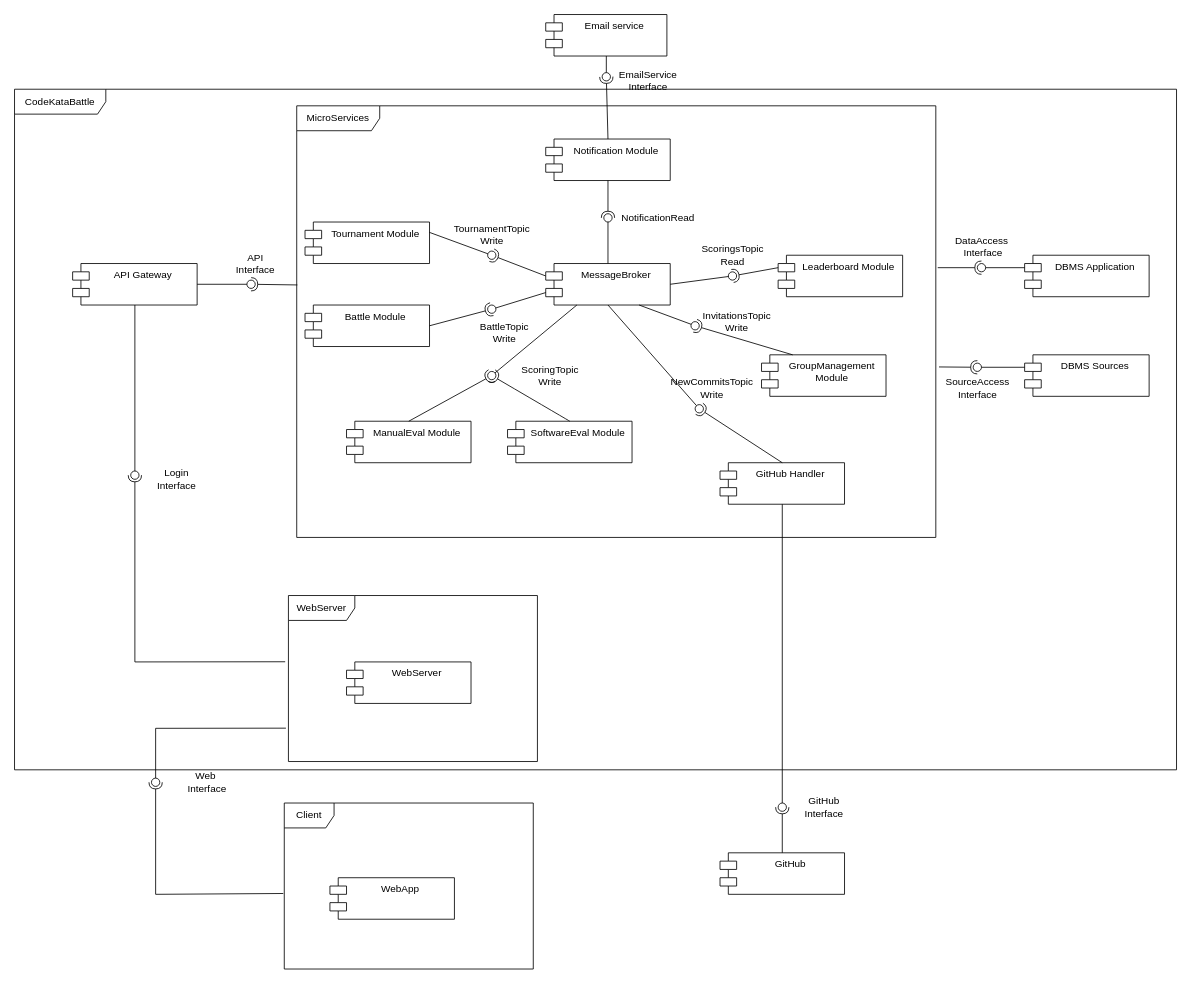
FedericoValentino/SE2-ValentinoZarbo keeps this draw.io diagram as DD_material/Component.drawio. Above is the earlier version. Source tidied: cells renumbered, new cells numbered last; positions are measured from the earlier drawing's top-left corner, leaving out a move shared by most shapes. Both pictures are drawn from the tidied source at 83%, with x=0, y=0 at pixel (14, 14).
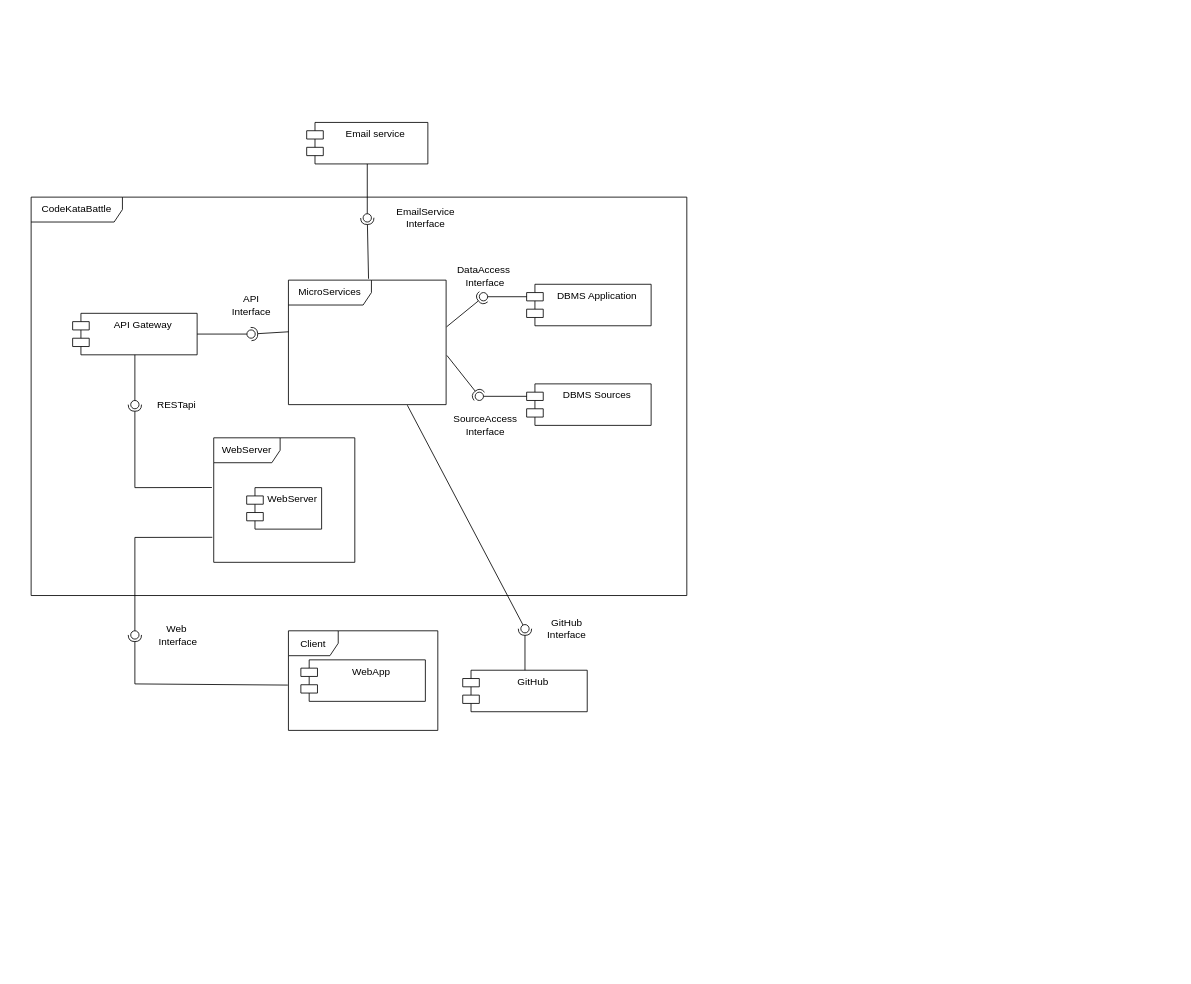
The same diagram, later.

Commit message:
Update on component diagram

What changed in the source:
```diff
@@
     <mxCell id="2" value="CodeKataBattle" style="shape=umlFrame;whiteSpace=wrap;html=1;width=110;height=30;" parent="1" vertex="1">
-      <mxGeometry y="90" width="1400" height="820" as="geometry" />
+      <mxGeometry x="20" y="220" width="790" height="480" as="geometry" />
     </mxCell>
-    <mxCell id="3" value="Battle Module" style="shape=module;align=left;spacingLeft=20;align=center;verticalAlign=top;whiteSpace=wrap;html=1;" parent="1" vertex="1">
-      <mxGeometry x="350" y="350" width="150" height="50" as="geometry" />
-    </mxCell>
-    <mxCell id="4" value="Notification Module" style="shape=module;align=left;spacingLeft=20;align=center;verticalAlign=top;whiteSpace=wrap;html=1;" parent="1" vertex="1">
-      <mxGeometry x="640" y="150" width="150" height="50" as="geometry" />
-    </mxCell>
-    <mxCell id="5" value="GitHub Handler" style="shape=module;align=left;spacingLeft=20;align=center;verticalAlign=top;whiteSpace=wrap;html=1;" parent="1" vertex="1">
-      <mxGeometry x="850" y="540" width="150" height="50" as="geometry" />
-    </mxCell>
-    <mxCell id="6" value="Tournament Module" style="shape=module;align=left;spacingLeft=20;align=center;verticalAlign=top;whiteSpace=wrap;html=1;" parent="1" vertex="1">
-      <mxGeometry x="350" y="250" width="150" height="50" as="geometry" />
-    </mxCell>
-    <mxCell id="7" value="MessageBroker" style="shape=module;align=left;spacingLeft=20;align=center;verticalAlign=top;whiteSpace=wrap;html=1;" parent="1" vertex="1">
-      <mxGeometry x="640" y="300" width="150" height="50" as="geometry" />
-    </mxCell>
-    <mxCell id="8" value="ManualEval Module" style="shape=module;align=left;spacingLeft=20;align=center;verticalAlign=top;whiteSpace=wrap;html=1;" parent="1" vertex="1">
-      <mxGeometry x="400" y="490" width="150" height="50" as="geometry" />
-    </mxCell>
-    <mxCell id="9" value="SoftwareEval Module" style="shape=module;align=left;spacingLeft=20;align=center;verticalAlign=top;whiteSpace=wrap;html=1;" parent="1" vertex="1">
-      <mxGeometry x="594" y="490" width="150" height="50" as="geometry" />
-    </mxCell>
-    <mxCell id="10" value="Leaderboard Module" style="shape=module;align=left;spacingLeft=20;align=center;verticalAlign=top;whiteSpace=wrap;html=1;" parent="1" vertex="1">
-      <mxGeometry x="920" y="290" width="150" height="50" as="geometry" />
-    </mxCell>
-    <mxCell id="11" value="GroupManagement Module" style="shape=module;align=left;spacingLeft=20;align=center;verticalAlign=top;whiteSpace=wrap;html=1;" parent="1" vertex="1">
-      <mxGeometry x="900" y="410" width="150" height="50" as="geometry" />
-    </mxCell>
-    <mxCell id="12" style="rounded=0;jettySize=auto;html=1;endArrow=halfCircle;endFill=0;endSize=6;strokeWidth=1;sketch=0;exitX=0.5;exitY=1;exitDx=0;exitDy=0;" parent="1" edge="1" source="4" target="14">
-      <mxGeometry relative="1" as="geometry" />
-    </mxCell>
-    <mxCell id="13" style="rounded=0;jettySize=auto;html=1;endArrow=oval;endFill=0;sketch=0;sourcePerimeterSpacing=0;targetPerimeterSpacing=0;endSize=10;exitX=0.5;exitY=0;exitDx=0;exitDy=0;" parent="1" edge="1" source="7" target="14">
-      <mxGeometry relative="1" as="geometry" />
-    </mxCell>
-    <mxCell id="14" style="ellipse;whiteSpace=wrap;html=1;align=center;fillColor=none;strokeColor=none;perimeter=centerPerimeter;points=[];outlineConnect=1;" parent="1" vertex="1">
-      <mxGeometry x="710" y="240" width="10" height="10" as="geometry" />
-    </mxCell>
-    <mxCell id="15" style="rounded=0;jettySize=auto;html=1;endArrow=halfCircle;endFill=0;endSize=6;strokeWidth=1;sketch=0;exitX=0;exitY=0;exitDx=0;exitDy=15;exitPerimeter=0;" parent="1" edge="1" source="10" target="17">
-      <mxGeometry relative="1" as="geometry" />
-    </mxCell>
-    <mxCell id="16" style="rounded=0;jettySize=auto;html=1;endArrow=oval;endFill=0;sketch=0;sourcePerimeterSpacing=0;targetPerimeterSpacing=0;endSize=10;exitX=1;exitY=0.5;exitDx=0;exitDy=0;" parent="1" edge="1" source="7" target="17">
-      <mxGeometry relative="1" as="geometry" />
-    </mxCell>
-    <mxCell id="17" style="ellipse;whiteSpace=wrap;html=1;align=center;fillColor=none;strokeColor=none;perimeter=centerPerimeter;points=[];outlineConnect=1;" parent="1" vertex="1">
-      <mxGeometry x="860" y="310" width="10" height="10" as="geometry" />
-    </mxCell>
-    <mxCell id="18" value="ScoringsTopic&lt;br&gt;Read" style="text;html=1;align=center;verticalAlign=middle;strokeColor=none;fillColor=none;" parent="1" vertex="1">
-      <mxGeometry x="815" y="270" width="100" height="40" as="geometry" />
-    </mxCell>
-    <mxCell id="19" value="NotificationRead" style="text;html=1;align=center;verticalAlign=middle;strokeColor=none;fillColor=none;" parent="1" vertex="1">
-      <mxGeometry x="720" y="230" width="110" height="30" as="geometry" />
-    </mxCell>
-    <mxCell id="20" style="rounded=0;jettySize=auto;html=1;endArrow=halfCircle;endFill=0;endSize=6;strokeWidth=1;sketch=0;exitX=0;exitY=0;exitDx=0;exitDy=15;exitPerimeter=0;" parent="1" edge="1" source="7" target="22">
-      <mxGeometry relative="1" as="geometry" />
-    </mxCell>
-    <mxCell id="21" style="rounded=0;jettySize=auto;html=1;endArrow=oval;endFill=0;sketch=0;sourcePerimeterSpacing=0;targetPerimeterSpacing=0;endSize=10;exitX=1;exitY=0.25;exitDx=0;exitDy=0;" parent="1" edge="1" source="6" target="22">
-      <mxGeometry relative="1" as="geometry" />
-    </mxCell>
-    <mxCell id="22" style="ellipse;whiteSpace=wrap;html=1;align=center;fillColor=none;strokeColor=none;perimeter=centerPerimeter;points=[];outlineConnect=1;" parent="1" vertex="1">
-      <mxGeometry x="570" y="285" width="10" height="10" as="geometry" />
-    </mxCell>
-    <mxCell id="23" value="TournamentTopic&lt;br&gt;Write" style="text;html=1;align=center;verticalAlign=middle;strokeColor=none;fillColor=none;" parent="1" vertex="1">
-      <mxGeometry x="520" y="245" width="110" height="40" as="geometry" />
-    </mxCell>
-    <mxCell id="24" style="rounded=0;jettySize=auto;html=1;endArrow=halfCircle;endFill=0;endSize=6;strokeWidth=1;sketch=0;exitX=1;exitY=0.5;exitDx=0;exitDy=0;" parent="1" edge="1" source="3" target="26">
-      <mxGeometry relative="1" as="geometry" />
-    </mxCell>
-    <mxCell id="25" style="rounded=0;jettySize=auto;html=1;endArrow=oval;endFill=0;sketch=0;sourcePerimeterSpacing=0;targetPerimeterSpacing=0;endSize=10;exitX=0;exitY=0;exitDx=0;exitDy=35;exitPerimeter=0;" parent="1" edge="1" source="7" target="26">
-      <mxGeometry relative="1" as="geometry" />
-    </mxCell>
-    <mxCell id="26" style="ellipse;whiteSpace=wrap;html=1;align=center;fillColor=none;strokeColor=none;perimeter=centerPerimeter;points=[];outlineConnect=1;" parent="1" vertex="1">
-      <mxGeometry x="570" y="350" width="10" height="10" as="geometry" />
-    </mxCell>
-    <mxCell id="27" value="BattleTopic&lt;br&gt;Write" style="text;html=1;align=center;verticalAlign=middle;strokeColor=none;fillColor=none;" parent="1" vertex="1">
-      <mxGeometry x="550" y="363" width="80" height="40" as="geometry" />
-    </mxCell>
-    <mxCell id="28" style="rounded=0;jettySize=auto;html=1;endArrow=halfCircle;endFill=0;endSize=6;strokeWidth=1;sketch=0;exitX=0.5;exitY=0;exitDx=0;exitDy=0;" parent="1" edge="1" source="8" target="30">
-      <mxGeometry relative="1" as="geometry" />
-    </mxCell>
-    <mxCell id="29" style="rounded=0;jettySize=auto;html=1;endArrow=oval;endFill=0;sketch=0;sourcePerimeterSpacing=0;targetPerimeterSpacing=0;endSize=10;exitX=0.25;exitY=1;exitDx=0;exitDy=0;" parent="1" edge="1" source="7" target="30">
-      <mxGeometry relative="1" as="geometry" />
-    </mxCell>
-    <mxCell id="30" style="ellipse;whiteSpace=wrap;html=1;align=center;fillColor=none;strokeColor=none;perimeter=centerPerimeter;points=[];outlineConnect=1;" parent="1" vertex="1">
-      <mxGeometry x="570" y="430" width="10" height="10" as="geometry" />
-    </mxCell>
-    <mxCell id="31" style="rounded=0;jettySize=auto;html=1;endArrow=halfCircle;endFill=0;endSize=6;strokeWidth=1;sketch=0;fontSize=12;curved=1;exitX=0.5;exitY=0;exitDx=0;exitDy=0;" parent="1" edge="1" source="9" target="32">
-      <mxGeometry relative="1" as="geometry" />
-    </mxCell>
-    <mxCell id="32" style="ellipse;whiteSpace=wrap;html=1;align=center;fillColor=none;strokeColor=none;perimeter=centerPerimeter;points=[];outlineConnect=1;" parent="1" vertex="1">
-      <mxGeometry x="570" y="430" width="10" height="10" as="geometry" />
-    </mxCell>
-    <mxCell id="33" value="ScoringTopic&lt;br&gt;Write" style="text;html=1;align=center;verticalAlign=middle;strokeColor=none;fillColor=none;" parent="1" vertex="1">
-      <mxGeometry x="600" y="415" width="90" height="40" as="geometry" />
-    </mxCell>
-    <mxCell id="34" style="rounded=0;jettySize=auto;html=1;endArrow=halfCircle;endFill=0;endSize=6;strokeWidth=1;sketch=0;exitX=0.25;exitY=0;exitDx=0;exitDy=0;" parent="1" edge="1" source="11" target="36">
-      <mxGeometry relative="1" as="geometry" />
-    </mxCell>
-    <mxCell id="35" style="rounded=0;jettySize=auto;html=1;endArrow=oval;endFill=0;sketch=0;sourcePerimeterSpacing=0;targetPerimeterSpacing=0;endSize=10;exitX=0.75;exitY=1;exitDx=0;exitDy=0;" parent="1" edge="1" source="7" target="36">
-      <mxGeometry relative="1" as="geometry" />
-    </mxCell>
-    <mxCell id="36" style="ellipse;whiteSpace=wrap;html=1;align=center;fillColor=none;strokeColor=none;perimeter=centerPerimeter;points=[];outlineConnect=1;" parent="1" vertex="1">
-      <mxGeometry x="815" y="370" width="10" height="10" as="geometry" />
-    </mxCell>
-    <mxCell id="37" value="InvitationsTopic&lt;br&gt;Write" style="text;html=1;align=center;verticalAlign=middle;strokeColor=none;fillColor=none;" parent="1" vertex="1">
-      <mxGeometry x="815" y="350" width="110" height="40" as="geometry" />
-    </mxCell>
-    <mxCell id="38" style="rounded=0;jettySize=auto;html=1;endArrow=halfCircle;endFill=0;endSize=6;strokeWidth=1;sketch=0;exitX=0.5;exitY=0;exitDx=0;exitDy=0;" parent="1" edge="1" source="5" target="40">
-      <mxGeometry relative="1" as="geometry" />
-    </mxCell>
-    <mxCell id="39" style="rounded=0;jettySize=auto;html=1;endArrow=oval;endFill=0;sketch=0;sourcePerimeterSpacing=0;targetPerimeterSpacing=0;endSize=10;exitX=0.5;exitY=1;exitDx=0;exitDy=0;" parent="1" edge="1" source="7" target="40">
-      <mxGeometry relative="1" as="geometry" />
-    </mxCell>
-    <mxCell id="40" style="ellipse;whiteSpace=wrap;html=1;align=center;fillColor=none;strokeColor=none;perimeter=centerPerimeter;points=[];outlineConnect=1;" parent="1" vertex="1">
-      <mxGeometry x="820" y="470" width="10" height="10" as="geometry" />
-    </mxCell>
-    <mxCell id="41" value="NewCommitsTopic&lt;br&gt;Write" style="text;html=1;align=center;verticalAlign=middle;strokeColor=none;fillColor=none;" parent="1" vertex="1">
-      <mxGeometry x="780" y="430" width="120" height="40" as="geometry" />
-    </mxCell>
     <mxCell id="42" value="MicroServices" style="shape=umlFrame;whiteSpace=wrap;html=1;width=100;height=30;" parent="1" vertex="1">
-      <mxGeometry x="340" y="110" width="770" height="520" as="geometry" />
+      <mxGeometry x="330" y="320" width="190" height="150" as="geometry" />
     </mxCell>
     <mxCell id="43" value="Email service" style="shape=module;align=left;spacingLeft=20;align=center;verticalAlign=top;whiteSpace=wrap;html=1;" parent="1" vertex="1">
-      <mxGeometry x="640" width="146" height="50" as="geometry" />
+      <mxGeometry x="352" y="130" width="146" height="50" as="geometry" />
     </mxCell>
-    <mxCell id="44" style="rounded=0;jettySize=auto;html=1;endArrow=halfCircle;endFill=0;endSize=6;strokeWidth=1;sketch=0;exitX=0.5;exitY=0;exitDx=0;exitDy=0;" parent="1" edge="1" source="4" target="46">
+    <mxCell id="44" style="rounded=0;jettySize=auto;html=1;endArrow=halfCircle;endFill=0;endSize=6;strokeWidth=1;sketch=0;exitX=0.508;exitY=-0.011;exitDx=0;exitDy=0;exitPerimeter=0;" parent="1" edge="1" source="42" target="46">
       <mxGeometry relative="1" as="geometry" />
     </mxCell>
@@
     <mxCell id="46" style="ellipse;whiteSpace=wrap;html=1;align=center;fillColor=none;strokeColor=none;perimeter=centerPerimeter;points=[];outlineConnect=1;" parent="1" vertex="1">
-      <mxGeometry x="708" y="70" width="10" height="10" as="geometry" />
+      <mxGeometry x="420" y="240" width="10" height="10" as="geometry" />
     </mxCell>
     <mxCell id="47" value="EmailService&lt;br&gt;Interface" style="text;html=1;align=center;verticalAlign=middle;strokeColor=none;fillColor=none;" parent="1" vertex="1">
-      <mxGeometry x="718" y="60" width="90" height="40" as="geometry" />
+      <mxGeometry x="450" y="225" width="90" height="40" as="geometry" />
     </mxCell>
     <mxCell id="48" value="API Gateway" style="shape=module;align=left;spacingLeft=20;align=center;verticalAlign=top;whiteSpace=wrap;html=1;" parent="1" vertex="1">
-      <mxGeometry x="70" y="300" width="150" height="50" as="geometry" />
+      <mxGeometry x="70" y="360" width="150" height="50" as="geometry" />
     </mxCell>
     <mxCell id="49" value="GitHub" style="shape=module;align=left;spacingLeft=20;align=center;verticalAlign=top;whiteSpace=wrap;html=1;" parent="1" vertex="1">
-      <mxGeometry x="850" y="1010" width="150" height="50" as="geometry" />
+      <mxGeometry x="540" y="790" width="150" height="50" as="geometry" />
     </mxCell>
     <mxCell id="50" value="WebApp" style="shape=module;align=left;spacingLeft=20;align=center;verticalAlign=top;whiteSpace=wrap;html=1;" parent="1" vertex="1">
-      <mxGeometry x="380" y="1040" width="150" height="50" as="geometry" />
+      <mxGeometry x="345" y="777.5" width="150" height="50" as="geometry" />
     </mxCell>
     <mxCell id="51" value="DBMS Sources" style="shape=module;align=left;spacingLeft=20;align=center;verticalAlign=top;whiteSpace=wrap;html=1;" parent="1" vertex="1">
-      <mxGeometry x="1217" y="410" width="150" height="50" as="geometry" />
+      <mxGeometry x="617" y="445" width="150" height="50" as="geometry" />
     </mxCell>
     <mxCell id="52" value="DBMS Application" style="shape=module;align=left;spacingLeft=20;align=center;verticalAlign=top;whiteSpace=wrap;html=1;" parent="1" vertex="1">
-      <mxGeometry x="1217" y="290" width="150" height="50" as="geometry" />
+      <mxGeometry x="617" y="325" width="150" height="50" as="geometry" />
     </mxCell>
     <mxCell id="53" style="group;" parent="1" vertex="1">
-      <mxGeometry x="330" y="700" width="300" height="200" as="geometry" />
+      <mxGeometry x="240" y="510" width="170" height="150" as="geometry" />
     </mxCell>
     <mxCell id="54" value="WebServer" style="shape=module;align=left;spacingLeft=20;align=center;verticalAlign=top;whiteSpace=wrap;html=1;" parent="53" vertex="1">
-      <mxGeometry x="70" y="80" width="150" height="50" as="geometry" />
+      <mxGeometry x="39.7" y="60" width="90.3" height="50" as="geometry" />
     </mxCell>
     <mxCell id="55" value="WebServer" style="shape=umlFrame;whiteSpace=wrap;html=1;width=80;height=30;" parent="53" vertex="1">
-      <mxGeometry width="300" height="200" as="geometry" />
+      <mxGeometry width="170" height="150" as="geometry" />
     </mxCell>
     <mxCell id="56" value="Client" style="shape=umlFrame;whiteSpace=wrap;html=1;" parent="1" vertex="1">
-      <mxGeometry x="325" y="950" width="300" height="200" as="geometry" />
+      <mxGeometry x="330" y="742.5" width="180" height="120" as="geometry" />
     </mxCell>
     <mxCell id="57" style="rounded=0;jettySize=auto;html=1;endArrow=halfCircle;endFill=0;endSize=6;strokeWidth=1;sketch=0;exitX=-0.004;exitY=0.545;exitDx=0;exitDy=0;exitPerimeter=0;" parent="1" edge="1" source="56" target="59">
       <mxGeometry relative="1" as="geometry">
         <Array as="points">
-          <mxPoint x="170" y="1060" />
+          <mxPoint x="145" y="806.5" />
         </Array>
       </mxGeometry>
     </mxCell>
     <mxCell id="58" style="rounded=0;jettySize=auto;html=1;endArrow=oval;endFill=0;sketch=0;sourcePerimeterSpacing=0;targetPerimeterSpacing=0;endSize=10;exitX=-0.01;exitY=0.799;exitDx=0;exitDy=0;exitPerimeter=0;" parent="1" edge="1" source="55" target="59">
       <mxGeometry relative="1" as="geometry">
         <Array as="points">
-          <mxPoint x="170" y="860" />
+          <mxPoint x="145" y="630" />
         </Array>
       </mxGeometry>
     </mxCell>
     <mxCell id="59" style="ellipse;whiteSpace=wrap;html=1;align=center;fillColor=none;strokeColor=none;perimeter=centerPerimeter;points=[];outlineConnect=1;" parent="1" vertex="1">
-      <mxGeometry x="165" y="920" width="10" height="10" as="geometry" />
+      <mxGeometry x="140" y="742.5" width="10" height="10" as="geometry" />
     </mxCell>
     <mxCell id="60" value="Web&lt;br&gt;&amp;nbsp;Interface" style="text;html=1;align=center;verticalAlign=middle;strokeColor=none;fillColor=none;" parent="1" vertex="1">
-      <mxGeometry x="195" y="905" width="70" height="40" as="geometry" />
+      <mxGeometry x="160" y="727.5" width="70" height="40" as="geometry" />
     </mxCell>
     <mxCell id="61" style="rounded=0;jettySize=auto;html=1;endArrow=halfCircle;endFill=0;endSize=6;strokeWidth=1;sketch=0;exitX=-0.013;exitY=0.399;exitDx=0;exitDy=0;exitPerimeter=0;" parent="1" edge="1" source="55" target="63">
       <mxGeometry relative="1" as="geometry">
         <Array as="points">
-          <mxPoint x="145" y="780" />
+          <mxPoint x="145" y="570" />
         </Array>
       </mxGeometry>
     </mxCell>
@@
     <mxCell id="63" style="ellipse;whiteSpace=wrap;html=1;align=center;fillColor=none;strokeColor=none;perimeter=centerPerimeter;points=[];outlineConnect=1;" parent="1" vertex="1">
-      <mxGeometry x="140" y="550" width="10" height="10" as="geometry" />
+      <mxGeometry x="140" y="465" width="10" height="10" as="geometry" />
     </mxCell>
-    <mxCell id="64" value="Login&lt;br&gt;Interface" style="text;html=1;align=center;verticalAlign=middle;strokeColor=none;fillColor=none;" parent="1" vertex="1">
-      <mxGeometry x="160" y="540" width="70" height="40" as="geometry" />
+    <mxCell id="64" value="RESTapi" style="text;html=1;align=center;verticalAlign=middle;strokeColor=none;fillColor=none;" parent="1" vertex="1">
+      <mxGeometry x="160" y="455" width="70" height="30" as="geometry" />
     </mxCell>
@@
     <mxCell id="67" style="ellipse;whiteSpace=wrap;html=1;align=center;fillColor=none;strokeColor=none;perimeter=centerPerimeter;points=[];outlineConnect=1;" parent="1" vertex="1">
-      <mxGeometry x="280" y="320" width="10" height="10" as="geometry" />
+      <mxGeometry x="280" y="380" width="10" height="10" as="geometry" />
     </mxCell>
     <mxCell id="68" value="API &lt;br&gt;Interface" style="text;html=1;align=center;verticalAlign=middle;strokeColor=none;fillColor=none;" parent="1" vertex="1">
-      <mxGeometry x="255" y="280" width="70" height="40" as="geometry" />
+      <mxGeometry x="250" y="330" width="70" height="40" as="geometry" />
     </mxCell>
@@
-    <mxCell id="70" style="rounded=0;jettySize=auto;html=1;endArrow=oval;endFill=0;sketch=0;sourcePerimeterSpacing=0;targetPerimeterSpacing=0;endSize=10;exitX=0.5;exitY=1;exitDx=0;exitDy=0;" parent="1" edge="1" source="5" target="71">
+    <mxCell id="70" style="rounded=0;jettySize=auto;html=1;endArrow=oval;endFill=0;sketch=0;sourcePerimeterSpacing=0;targetPerimeterSpacing=0;endSize=10;exitX=0.754;exitY=1.005;exitDx=0;exitDy=0;exitPerimeter=0;" parent="1" edge="1" source="42" target="71">
       <mxGeometry relative="1" as="geometry" />
     </mxCell>
     <mxCell id="71" style="ellipse;whiteSpace=wrap;html=1;align=center;fillColor=none;strokeColor=none;perimeter=centerPerimeter;points=[];outlineConnect=1;" parent="1" vertex="1">
-      <mxGeometry x="920" y="950" width="10" height="10" as="geometry" />
+      <mxGeometry x="610" y="735" width="10" height="10" as="geometry" />
     </mxCell>
     <mxCell id="72" value="GitHub&lt;br&gt;Interface" style="text;html=1;align=center;verticalAlign=middle;strokeColor=none;fillColor=none;" parent="1" vertex="1">
-      <mxGeometry x="940" y="935" width="70" height="40" as="geometry" />
+      <mxGeometry x="630" y="720" width="70" height="40" as="geometry" />
     </mxCell>
@@
     <mxCell id="75" style="ellipse;whiteSpace=wrap;html=1;align=center;fillColor=none;strokeColor=none;perimeter=centerPerimeter;points=[];outlineConnect=1;" parent="1" vertex="1">
-      <mxGeometry x="1160" y="300" width="10" height="10" as="geometry" />
+      <mxGeometry x="560" y="335" width="10" height="10" as="geometry" />
     </mxCell>
     <mxCell id="76" value="DataAccess&lt;br&gt;&amp;nbsp;Interface" style="text;html=1;align=center;verticalAlign=middle;strokeColor=none;fillColor=none;" parent="1" vertex="1">
-      <mxGeometry x="1120" y="260" width="90" height="40" as="geometry" />
+      <mxGeometry x="520" y="295" width="90" height="40" as="geometry" />
     </mxCell>
@@
     <mxCell id="79" style="ellipse;whiteSpace=wrap;html=1;align=center;fillColor=none;strokeColor=none;perimeter=centerPerimeter;points=[];outlineConnect=1;" parent="1" vertex="1">
-      <mxGeometry x="1155" y="420" width="10" height="10" as="geometry" />
+      <mxGeometry x="555" y="455" width="10" height="10" as="geometry" />
     </mxCell>
     <mxCell id="80" value="SourceAccess&lt;br&gt;Interface" style="text;html=1;align=center;verticalAlign=middle;strokeColor=none;fillColor=none;" parent="1" vertex="1">
-      <mxGeometry x="1110" y="430" width="100" height="40" as="geometry" />
+      <mxGeometry x="517" y="475" width="100" height="40" as="geometry" />
     </mxCell>
```
